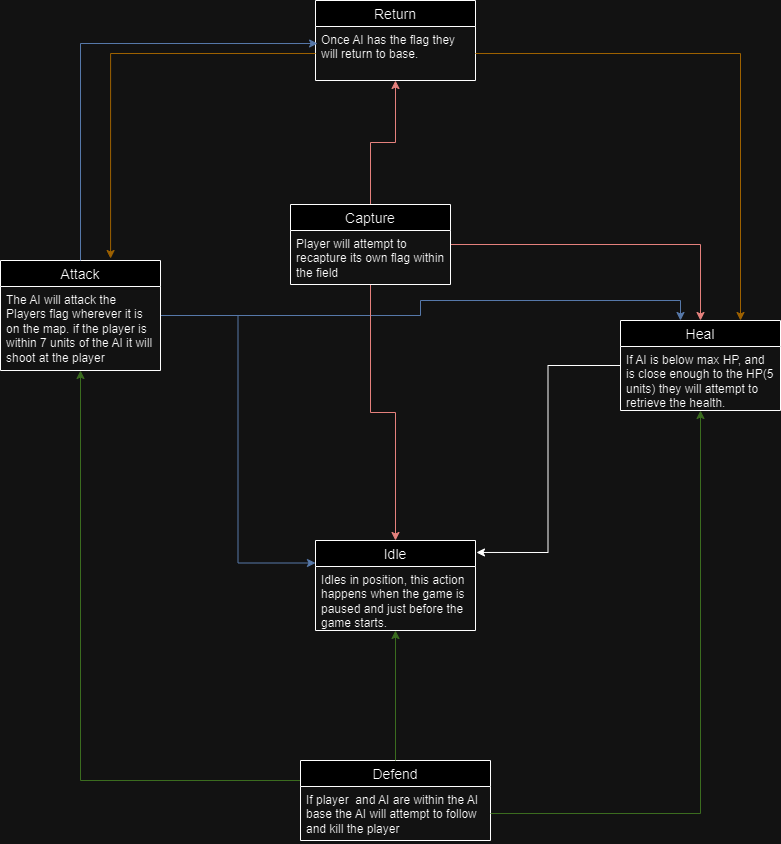
The draw.io diagram Assets/FSM diagram.png in JoshuaMiller-Pio/CaptureTheFlag_Part1Poe, before a commit. Source tidied: cells renumbered, new cells last; positions are measured from the earlier drawing's top-left corner, leaving out a move shared by most shapes. The source it was exported from:
```xml
<mxGraphModel>
  <root>
    <mxCell id="0" />
    <mxCell id="1" parent="0" />
    <mxCell id="2" value="Idle" style="swimlane;fontStyle=0;horizontal=1;startSize=26;align=center;fontSize=14;" parent="1" vertex="1">
      <mxGeometry x="315" y="540" width="160" height="90" as="geometry" />
    </mxCell>
    <mxCell id="3" value="Idles in position, this action happens when the game is paused and just before the game starts.&amp;nbsp;" style="text;strokeColor=none;fillColor=none;spacingLeft=4;spacingRight=4;overflow=hidden;fontSize=12;whiteSpace=wrap;html=1;" parent="2" vertex="1">
      <mxGeometry y="26" width="160" height="64" as="geometry" />
    </mxCell>
    <mxCell id="4" style="edgeStyle=orthogonalEdgeStyle;rounded=0;jettySize=auto;html=1;exitX=0;exitY=0.25;exitDx=0;exitDy=0;fillColor=#d5e8d4;strokeColor=#82b366;" parent="1" edge="1" source="5" target="9">
      <mxGeometry relative="1" as="geometry" />
    </mxCell>
    <mxCell id="5" value="Defend" style="swimlane;fontStyle=0;horizontal=1;startSize=26;align=center;fontSize=14;" parent="1" vertex="1">
      <mxGeometry x="300" y="760" width="190" height="80" as="geometry" />
    </mxCell>
    <mxCell id="6" value="If player&amp;nbsp; and AI are within the AI base the AI will attempt to follow and kill the player" style="text;strokeColor=none;fillColor=none;spacingLeft=4;spacingRight=4;overflow=hidden;points=[[0,0.5],[1,0.5]];portConstraint=eastwest;fontSize=12;whiteSpace=wrap;html=1;" parent="5" vertex="1">
      <mxGeometry y="26" width="190" height="54" as="geometry" />
    </mxCell>
    <mxCell id="7" style="edgeStyle=orthogonalEdgeStyle;rounded=0;jettySize=auto;html=1;entryX=0;entryY=0.25;entryDx=0;entryDy=0;fillColor=#dae8fc;strokeColor=#6c8ebf;" parent="1" edge="1" source="9" target="2">
      <mxGeometry relative="1" as="geometry" />
    </mxCell>
    <mxCell id="8" style="edgeStyle=orthogonalEdgeStyle;rounded=0;jettySize=auto;html=1;fillColor=#dae8fc;strokeColor=#6c8ebf;" parent="1" edge="1" source="9" target="16">
      <mxGeometry relative="1" as="geometry">
        <Array as="points">
          <mxPoint x="420" y="315" />
          <mxPoint x="420" y="300" />
          <mxPoint x="680" y="300" />
        </Array>
      </mxGeometry>
    </mxCell>
    <mxCell id="9" value="Attack" style="swimlane;fontStyle=0;horizontal=1;startSize=26;align=center;fontSize=14;" parent="1" vertex="1">
      <mxGeometry y="260" width="160" height="110" as="geometry" />
    </mxCell>
    <mxCell id="10" value="The AI will attack the Players flag wherever it is on the map. if the player is within 7 units of the AI it will shoot at the player" style="text;strokeColor=none;fillColor=none;spacingLeft=4;spacingRight=4;overflow=hidden;fontSize=12;whiteSpace=wrap;html=1;" parent="9" vertex="1">
      <mxGeometry y="26" width="160" height="84" as="geometry" />
    </mxCell>
    <mxCell id="11" style="edgeStyle=orthogonalEdgeStyle;rounded=0;jettySize=auto;html=1;entryX=0.5;entryY=0;entryDx=0;entryDy=0;fillColor=#f8cecc;strokeColor=#b85450;" parent="1" edge="1" source="14" target="2">
      <mxGeometry relative="1" as="geometry" />
    </mxCell>
    <mxCell id="12" style="edgeStyle=orthogonalEdgeStyle;rounded=0;jettySize=auto;html=1;fillColor=#f8cecc;strokeColor=#b85450;" parent="1" edge="1" source="14" target="16">
      <mxGeometry relative="1" as="geometry" />
    </mxCell>
    <mxCell id="13" style="edgeStyle=orthogonalEdgeStyle;rounded=0;jettySize=auto;html=1;fillColor=#f8cecc;strokeColor=#b85450;" parent="1" edge="1" source="14" target="21">
      <mxGeometry relative="1" as="geometry" />
    </mxCell>
    <mxCell id="14" value="Capture" style="swimlane;fontStyle=0;horizontal=1;startSize=26;align=center;fontSize=14;" parent="1" vertex="1">
      <mxGeometry x="290" y="204" width="160" height="80" as="geometry" />
    </mxCell>
    <mxCell id="15" value="Player will attempt to recapture its own flag within the field" style="text;strokeColor=none;fillColor=none;spacingLeft=4;spacingRight=4;overflow=hidden;fontSize=12;whiteSpace=wrap;html=1;" parent="14" vertex="1">
      <mxGeometry y="26" width="160" height="54" as="geometry" />
    </mxCell>
    <mxCell id="16" value="Heal" style="swimlane;fontStyle=0;horizontal=1;startSize=26;align=center;fontSize=14;" parent="1" vertex="1">
      <mxGeometry x="620" y="320" width="160" height="90" as="geometry" />
    </mxCell>
    <mxCell id="17" value="If AI is below max HP, and is close enough to the HP(5 units) they will attempt to retrieve the health." style="text;strokeColor=none;fillColor=none;spacingLeft=4;spacingRight=4;overflow=hidden;fontSize=12;whiteSpace=wrap;html=1;" parent="16" vertex="1">
      <mxGeometry y="26" width="160" height="64" as="geometry" />
    </mxCell>
    <mxCell id="18" style="edgeStyle=orthogonalEdgeStyle;rounded=0;jettySize=auto;html=1;fillColor=#d5e8d4;strokeColor=#82b366;" parent="1" edge="1" source="5" target="2">
      <mxGeometry relative="1" as="geometry" />
    </mxCell>
    <mxCell id="19" style="edgeStyle=orthogonalEdgeStyle;rounded=0;jettySize=auto;html=1;entryX=1.006;entryY=0.133;entryDx=0;entryDy=0;entryPerimeter=0;" parent="1" edge="1" source="16" target="2">
      <mxGeometry relative="1" as="geometry" />
    </mxCell>
    <mxCell id="20" style="edgeStyle=orthogonalEdgeStyle;rounded=0;jettySize=auto;html=1;exitX=1;exitY=0.5;exitDx=0;exitDy=0;fillColor=#d5e8d4;strokeColor=#82b366;" parent="1" edge="1" source="6" target="16">
      <mxGeometry relative="1" as="geometry" />
    </mxCell>
    <mxCell id="21" value="Return" style="swimlane;fontStyle=0;horizontal=1;startSize=26;align=center;fontSize=14;" parent="1" vertex="1">
      <mxGeometry x="315" width="160" height="80" as="geometry" />
    </mxCell>
    <mxCell id="22" value="Once AI has the flag they will return to base." style="text;strokeColor=none;fillColor=none;spacingLeft=4;spacingRight=4;overflow=hidden;points=[[0,0.5],[1,0.5]];portConstraint=eastwest;fontSize=12;whiteSpace=wrap;html=1;" parent="21" vertex="1">
      <mxGeometry y="26" width="160" height="54" as="geometry" />
    </mxCell>
    <mxCell id="23" style="edgeStyle=orthogonalEdgeStyle;rounded=0;jettySize=auto;html=1;entryX=0.013;entryY=0.315;entryDx=0;entryDy=0;entryPerimeter=0;fillColor=#dae8fc;strokeColor=#6c8ebf;" parent="1" edge="1" source="9" target="22">
      <mxGeometry relative="1" as="geometry" />
    </mxCell>
    <mxCell id="24" style="edgeStyle=orthogonalEdgeStyle;rounded=0;jettySize=auto;html=1;entryX=0.688;entryY=-0.018;entryDx=0;entryDy=0;entryPerimeter=0;fillColor=#ffe6cc;strokeColor=#d79b00;" parent="1" edge="1" source="22" target="9">
      <mxGeometry relative="1" as="geometry" />
    </mxCell>
    <mxCell id="25" style="edgeStyle=orthogonalEdgeStyle;rounded=0;jettySize=auto;html=1;entryX=0.75;entryY=0;entryDx=0;entryDy=0;fillColor=#ffe6cc;strokeColor=#d79b00;" parent="1" edge="1" source="22" target="16">
      <mxGeometry relative="1" as="geometry" />
    </mxCell>
  </root>
</mxGraphModel>
```
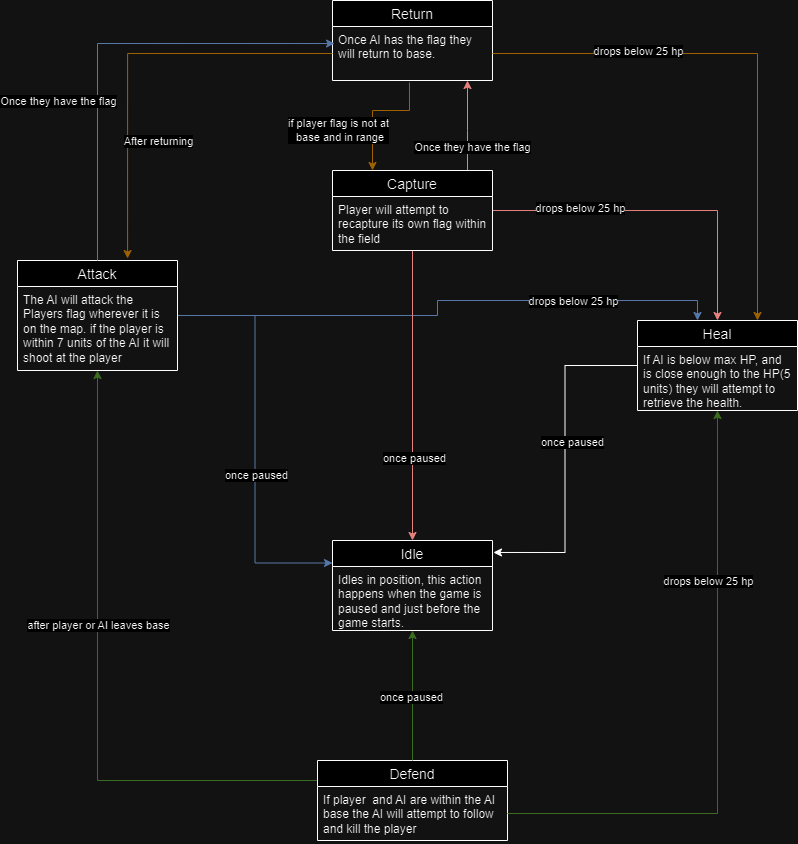
The same file after the commit.

Diff of the diagram source:
```diff
@@ -11,6 +11,9 @@
     <mxCell id="4" style="edgeStyle=orthogonalEdgeStyle;rounded=0;jettySize=auto;html=1;exitX=0;exitY=0.25;exitDx=0;exitDy=0;fillColor=#d5e8d4;strokeColor=#82b366;" parent="1" edge="1" source="5" target="9">
       <mxGeometry relative="1" as="geometry" />
     </mxCell>
+    <mxCell id="26" value="after player or AI leaves base" style="edgeLabel;html=1;align=center;verticalAlign=middle;" parent="4" vertex="1">
+      <mxGeometry x="0.19" relative="1" as="geometry" />
+    </mxCell>
     <mxCell id="5" value="Defend" style="swimlane;fontStyle=0;horizontal=1;startSize=26;align=center;fontSize=14;" parent="1" vertex="1">
       <mxGeometry x="300" y="760" width="190" height="80" as="geometry" />
     </mxCell>
@@ -20,6 +23,9 @@
     <mxCell id="7" style="edgeStyle=orthogonalEdgeStyle;rounded=0;jettySize=auto;html=1;entryX=0;entryY=0.25;entryDx=0;entryDy=0;fillColor=#dae8fc;strokeColor=#6c8ebf;" parent="1" edge="1" source="9" target="2">
       <mxGeometry relative="1" as="geometry" />
     </mxCell>
+    <mxCell id="27" value="once paused" style="edgeLabel;html=1;align=center;verticalAlign=middle;" parent="7" vertex="1">
+      <mxGeometry x="0.18" y="1" relative="1" as="geometry" />
+    </mxCell>
     <mxCell id="8" style="edgeStyle=orthogonalEdgeStyle;rounded=0;jettySize=auto;html=1;fillColor=#dae8fc;strokeColor=#6c8ebf;" parent="1" edge="1" source="9" target="16">
       <mxGeometry relative="1" as="geometry">
         <Array as="points">
@@ -38,14 +44,41 @@
     <mxCell id="11" style="edgeStyle=orthogonalEdgeStyle;rounded=0;jettySize=auto;html=1;entryX=0.5;entryY=0;entryDx=0;entryDy=0;fillColor=#f8cecc;strokeColor=#b85450;" parent="1" edge="1" source="14" target="2">
       <mxGeometry relative="1" as="geometry" />
     </mxCell>
+    <mxCell id="28" value="once paused" style="edgeLabel;html=1;align=center;verticalAlign=middle;" parent="11" vertex="1">
+      <mxGeometry x="0.43" y="1" relative="1" as="geometry" />
+    </mxCell>
     <mxCell id="12" style="edgeStyle=orthogonalEdgeStyle;rounded=0;jettySize=auto;html=1;fillColor=#f8cecc;strokeColor=#b85450;" parent="1" edge="1" source="14" target="16">
       <mxGeometry relative="1" as="geometry" />
     </mxCell>
+    <mxCell id="29" value="drops below 25 hp" style="edgeLabel;html=1;align=center;verticalAlign=middle;" parent="12" vertex="1">
+      <mxGeometry x="-0.48" y="3" relative="1" as="geometry" />
+    </mxCell>
     <mxCell id="13" style="edgeStyle=orthogonalEdgeStyle;rounded=0;jettySize=auto;html=1;fillColor=#f8cecc;strokeColor=#b85450;" parent="1" edge="1" source="14" target="21">
-      <mxGeometry relative="1" as="geometry" />
+      <mxGeometry relative="1" as="geometry">
+        <Array as="points">
+          <mxPoint x="450" y="130" />
+          <mxPoint x="450" y="130" />
+        </Array>
+      </mxGeometry>
     </mxCell>
+    <mxCell id="30" value="Once they have the flag" style="edgeLabel;html=1;align=center;verticalAlign=middle;" parent="13" vertex="1">
+      <mxGeometry x="-0.46" y="-4" relative="1" as="geometry" />
+    </mxCell>
+    <mxCell id="31" style="edgeStyle=orthogonalEdgeStyle;rounded=0;jettySize=auto;html=1;exitX=0.481;exitY=1.037;exitDx=0;exitDy=0;strokeWidth=1;exitPerimeter=0;entryX=0.25;entryY=0;entryDx=0;entryDy=0;fillColor=#ffe6cc;strokeColor=#d79b00;" parent="1" edge="1" source="22" target="14">
+      <mxGeometry relative="1" as="geometry">
+        <Array as="points">
+          <mxPoint x="392" y="110" />
+          <mxPoint x="355" y="110" />
+        </Array>
+      </mxGeometry>
+    </mxCell>
+    <mxCell id="32" value="if player flag is not at&lt;div&gt;&amp;nbsp;base and in range&lt;/div&gt;" style="edgeLabel;html=1;align=center;verticalAlign=middle;" parent="31" vertex="1">
+      <mxGeometry x="0.26" relative="1" as="geometry">
+        <mxPoint x="-35" y="6" as="offset" />
+      </mxGeometry>
+    </mxCell>
     <mxCell id="14" value="Capture" style="swimlane;fontStyle=0;horizontal=1;startSize=26;align=center;fontSize=14;" parent="1" vertex="1">
-      <mxGeometry x="290" y="204" width="160" height="80" as="geometry" />
+      <mxGeometry x="315" y="170" width="160" height="80" as="geometry" />
     </mxCell>
     <mxCell id="15" value="Player will attempt to recapture its own flag within the field" style="text;strokeColor=none;fillColor=none;spacingLeft=4;spacingRight=4;overflow=hidden;fontSize=12;whiteSpace=wrap;html=1;" parent="14" vertex="1">
       <mxGeometry y="26" width="160" height="54" as="geometry" />
@@ -59,6 +92,9 @@
     <mxCell id="18" style="edgeStyle=orthogonalEdgeStyle;rounded=0;jettySize=auto;html=1;fillColor=#d5e8d4;strokeColor=#82b366;" parent="1" edge="1" source="5" target="2">
       <mxGeometry relative="1" as="geometry" />
     </mxCell>
+    <mxCell id="33" value="once paused" style="edgeLabel;html=1;align=center;verticalAlign=middle;" parent="18" vertex="1">
+      <mxGeometry x="-0.02" y="2" relative="1" as="geometry" />
+    </mxCell>
     <mxCell id="19" style="edgeStyle=orthogonalEdgeStyle;rounded=0;jettySize=auto;html=1;entryX=1.006;entryY=0.133;entryDx=0;entryDy=0;entryPerimeter=0;" parent="1" edge="1" source="16" target="2">
       <mxGeometry relative="1" as="geometry" />
     </mxCell>
@@ -74,11 +110,35 @@
     <mxCell id="23" style="edgeStyle=orthogonalEdgeStyle;rounded=0;jettySize=auto;html=1;entryX=0.013;entryY=0.315;entryDx=0;entryDy=0;entryPerimeter=0;fillColor=#dae8fc;strokeColor=#6c8ebf;" parent="1" edge="1" source="9" target="22">
       <mxGeometry relative="1" as="geometry" />
     </mxCell>
+    <mxCell id="34" value="Once they have the flag" style="edgeLabel;html=1;align=center;verticalAlign=middle;" parent="23" vertex="1">
+      <mxGeometry x="-0.25" y="-5" relative="1" as="geometry">
+        <mxPoint x="-45" y="10" as="offset" />
+      </mxGeometry>
+    </mxCell>
     <mxCell id="24" style="edgeStyle=orthogonalEdgeStyle;rounded=0;jettySize=auto;html=1;entryX=0.688;entryY=-0.018;entryDx=0;entryDy=0;entryPerimeter=0;fillColor=#ffe6cc;strokeColor=#d79b00;" parent="1" edge="1" source="22" target="9">
       <mxGeometry relative="1" as="geometry" />
     </mxCell>
+    <mxCell id="35" value="After returning" style="edgeLabel;html=1;align=center;verticalAlign=middle;" parent="24" vertex="1">
+      <mxGeometry x="0.49" y="1" relative="1" as="geometry">
+        <mxPoint x="29" y="-13" as="offset" />
+      </mxGeometry>
+    </mxCell>
     <mxCell id="25" style="edgeStyle=orthogonalEdgeStyle;rounded=0;jettySize=auto;html=1;entryX=0.75;entryY=0;entryDx=0;entryDy=0;fillColor=#ffe6cc;strokeColor=#d79b00;" parent="1" edge="1" source="22" target="16">
       <mxGeometry relative="1" as="geometry" />
     </mxCell>
+    <mxCell id="36" value="drops below 25 hp" style="edgeLabel;html=1;align=center;verticalAlign=middle;" parent="1" vertex="1">
+      <mxGeometry x="620" y="50" as="geometry" />
+    </mxCell>
+    <mxCell id="37" value="drops below 25 hp" style="edgeLabel;html=1;align=center;verticalAlign=middle;" parent="1" vertex="1">
+      <mxGeometry x="555" y="300" as="geometry" />
+    </mxCell>
+    <mxCell id="38" value="once paused" style="edgeLabel;html=1;align=center;verticalAlign=middle;" parent="1" vertex="1">
+      <mxGeometry x="530" y="450" as="geometry">
+        <mxPoint x="24" y="-9" as="offset" />
+      </mxGeometry>
+    </mxCell>
+    <mxCell id="39" value="drops below 25 hp" style="edgeLabel;html=1;align=center;verticalAlign=middle;" parent="1" vertex="1">
+      <mxGeometry x="690" y="580" as="geometry" />
+    </mxCell>
   </root>
 </mxGraphModel>
```
